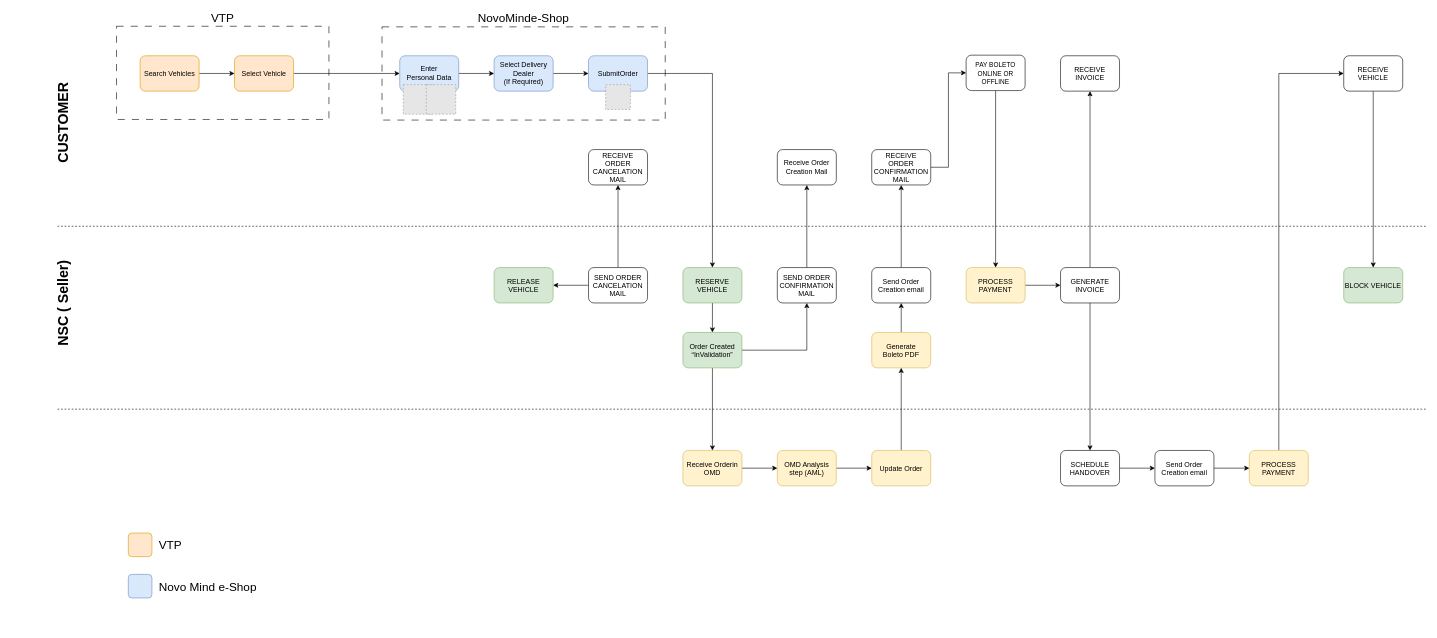
leo-odilon/draw.io keeps this draw.io diagram as eShopLite.drawio. Above is the earlier version. Source tidied: cells renumbered, new cells numbered last; positions are measured from the earlier drawing's top-left corner, leaving out a move shared by most shapes. Both pictures are drawn from the tidied source at 59%, with x=0, y=0 at pixel (16, 26). Pictures stored in the file or linked from it are replaced by grey dashed boxes.
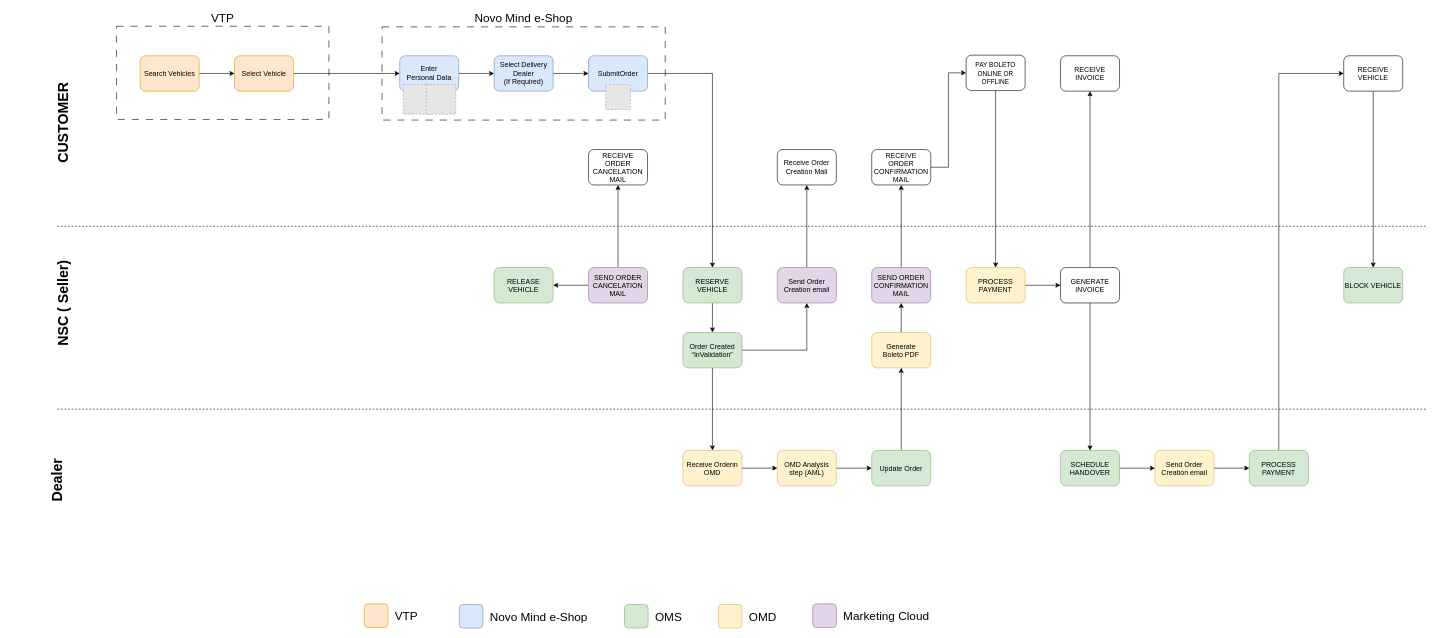
The same page after the edit.

Unchanged cells that the change refers to:
```xml
<mxCell id="21" value="Receive Order Creation Mail" style="rounded=1;align=center;whiteSpace=wrap;html=1;" parent="1" vertex="1">
  <mxGeometry x="1290" y="209" width="100" height="60" as="geometry" />
</mxCell>
<mxCell id="23" value="&lt;p style=&quot;margin: 0px; font-variant-numeric: normal; font-variant-east-asian: normal; font-variant-alternates: normal; font-kerning: auto; font-optical-sizing: auto; font-feature-settings: normal; font-variation-settings: normal; font-variant-position: normal; font-stretch: normal; line-height: normal;&quot; class=&quot;p1&quot;&gt;&lt;font style=&quot;font-size: 12px;&quot;&gt;RECEIVE ORDER CONFIRMATION MAIL&lt;/font&gt;&lt;/p&gt;" style="rounded=1;align=center;whiteSpace=wrap;html=1;" parent="1" vertex="1">
  <mxGeometry x="1450" y="209" width="100" height="60" as="geometry" />
</mxCell>
<mxCell id="42" value="&lt;p style=&quot;margin: 0px; font-variant-numeric: normal; font-variant-east-asian: normal; font-variant-alternates: normal; font-kerning: auto; font-optical-sizing: auto; font-feature-settings: normal; font-variation-settings: normal; font-variant-position: normal; font-stretch: normal; line-height: normal;&quot; class=&quot;p1&quot;&gt;&lt;font style=&quot;font-size: 12px;&quot;&gt;Order Created “InValidation”&lt;/font&gt;&lt;/p&gt;" style="rounded=1;whiteSpace=wrap;html=1;align=center;fillColor=#d5e8d4;strokeColor=#82b366;" parent="1" vertex="1">
  <mxGeometry x="1130" y="519" width="100" height="60" as="geometry" />
</mxCell>
<mxCell id="44" value="&lt;p style=&quot;margin: 0px; font-variant-numeric: normal; font-variant-east-asian: normal; font-variant-alternates: normal; font-kerning: auto; font-optical-sizing: auto; font-feature-settings: normal; font-variation-settings: normal; font-variant-position: normal; font-stretch: normal; line-height: normal;&quot; class=&quot;p1&quot;&gt;&lt;font style=&quot;font-size: 12px;&quot;&gt;Generate&lt;br&gt;Boleto PDF&lt;/font&gt;&lt;/p&gt;" style="rounded=1;whiteSpace=wrap;html=1;align=center;fillColor=#fff2cc;strokeColor=#d6b656;" parent="1" vertex="1">
  <mxGeometry x="1450" y="519" width="100" height="60" as="geometry" />
</mxCell>
```

Change to the diagram source:
```diff
@@
-    <mxCell id="2" value="&lt;p style=&quot;margin: 0px; font-variant-numeric: normal; font-variant-east-asian: normal; font-variant-alternates: normal; font-kerning: auto; font-optical-sizing: auto; font-feature-settings: normal; font-variation-settings: normal; font-variant-position: normal; font-stretch: normal; line-height: normal; text-align: start;&quot; class=&quot;p1&quot;&gt;&lt;font style=&quot;font-size: 20px;&quot;&gt;NovoMinde-Shop&lt;/font&gt;&lt;/p&gt;" style="rounded=0;whiteSpace=wrap;html=1;fontColor=default;fillColor=none;labelPosition=center;verticalLabelPosition=top;align=center;verticalAlign=bottom;dashed=1;dashPattern=12 12;" parent="1" vertex="1">
+    <mxCell id="2" value="&lt;p style=&quot;margin: 0px; font-variant-numeric: normal; font-variant-east-asian: normal; font-variant-alternates: normal; font-kerning: auto; font-optical-sizing: auto; font-feature-settings: normal; font-variation-settings: normal; font-variant-position: normal; font-stretch: normal; line-height: normal; text-align: start;&quot; class=&quot;p1&quot;&gt;&lt;font style=&quot;font-size: 20px;&quot;&gt;Novo Mind e-Shop&lt;/font&gt;&lt;/p&gt;" style="rounded=0;whiteSpace=wrap;html=1;fontColor=default;fillColor=none;labelPosition=center;verticalLabelPosition=top;align=center;verticalAlign=bottom;dashed=1;dashPattern=12 12;" parent="1" vertex="1">
       <mxGeometry x="620" y="1" width="480" height="158" as="geometry" />
     </mxCell>
@@
-    <mxCell id="28" value="&lt;p style=&quot;margin: 0px; font-variant-numeric: normal; font-variant-east-asian: normal; font-variant-alternates: normal; font-kerning: auto; font-optical-sizing: auto; font-feature-settings: normal; font-variation-settings: normal; font-variant-position: normal; font-stretch: normal; line-height: normal;&quot; class=&quot;p1&quot;&gt;&lt;font style=&quot;font-size: 12px;&quot;&gt;SEND ORDER CANCELATION MAIL&lt;/font&gt;&lt;/p&gt;" style="rounded=1;whiteSpace=wrap;html=1;align=center;" parent="1" vertex="1">
+    <mxCell id="28" value="&lt;p style=&quot;margin: 0px; font-variant-numeric: normal; font-variant-east-asian: normal; font-variant-alternates: normal; font-kerning: auto; font-optical-sizing: auto; font-feature-settings: normal; font-variation-settings: normal; font-variant-position: normal; font-stretch: normal; line-height: normal;&quot; class=&quot;p1&quot;&gt;&lt;font style=&quot;font-size: 12px;&quot;&gt;SEND ORDER CANCELATION MAIL&lt;/font&gt;&lt;/p&gt;" style="rounded=1;whiteSpace=wrap;html=1;align=center;fillColor=#e1d5e7;strokeColor=#9673a6;" parent="1" vertex="1">
       <mxGeometry x="970" y="409" width="100" height="60" as="geometry" />
     </mxCell>
@@
-    <mxCell id="31" style="edgeStyle=orthogonalEdgeStyle;rounded=0;jettySize=auto;html=1;" parent="1" edge="1" source="32" target="23">
-      <mxGeometry relative="1" as="geometry" />
-    </mxCell>
+    <mxCell id="67" style="edgeStyle=orthogonalEdgeStyle;rounded=0;jettySize=auto;html=1;entryX=0.5;entryY=1;entryDx=0;entryDy=0;" parent="1" edge="1" source="32" target="21">
+      <mxGeometry relative="1" as="geometry" />
+    </mxCell>
-    <mxCell id="32" value="&lt;p style=&quot;margin: 0px; font-variant-numeric: normal; font-variant-east-asian: normal; font-variant-alternates: normal; font-kerning: auto; font-optical-sizing: auto; font-feature-settings: normal; font-variation-settings: normal; font-variant-position: normal; font-stretch: normal; line-height: normal;&quot; class=&quot;p1&quot;&gt;&lt;font style=&quot;font-size: 12px;&quot;&gt;Send Order Creation email&lt;/font&gt;&lt;/p&gt;" style="rounded=1;whiteSpace=wrap;html=1;align=center;" parent="1" vertex="1">
-      <mxGeometry x="1450" y="409" width="100" height="60" as="geometry" />
+    <mxCell id="32" value="&lt;p style=&quot;margin: 0px; font-variant-numeric: normal; font-variant-east-asian: normal; font-variant-alternates: normal; font-kerning: auto; font-optical-sizing: auto; font-feature-settings: normal; font-variation-settings: normal; font-variant-position: normal; font-stretch: normal; line-height: normal;&quot; class=&quot;p1&quot;&gt;&lt;font style=&quot;font-size: 12px;&quot;&gt;Send Order Creation email&lt;/font&gt;&lt;/p&gt;" style="rounded=1;whiteSpace=wrap;html=1;align=center;fillColor=#e1d5e7;strokeColor=#9673a6;" parent="1" vertex="1">
+      <mxGeometry x="1290" y="409" width="100" height="60" as="geometry" />
     </mxCell>
-    <mxCell id="33" style="edgeStyle=orthogonalEdgeStyle;rounded=0;jettySize=auto;html=1;entryX=0.5;entryY=1;entryDx=0;entryDy=0;" parent="1" edge="1" source="34" target="21">
-      <mxGeometry relative="1" as="geometry" />
-    </mxCell>
+    <mxCell id="68" style="edgeStyle=orthogonalEdgeStyle;rounded=0;jettySize=auto;html=1;entryX=0.5;entryY=1;entryDx=0;entryDy=0;" parent="1" edge="1" source="34" target="23">
+      <mxGeometry relative="1" as="geometry" />
+    </mxCell>
-    <mxCell id="34" value="&lt;p style=&quot;margin: 0px; font-variant-numeric: normal; font-variant-east-asian: normal; font-variant-alternates: normal; font-kerning: auto; font-optical-sizing: auto; font-feature-settings: normal; font-variation-settings: normal; font-variant-position: normal; font-stretch: normal; line-height: normal;&quot; class=&quot;p1&quot;&gt;&lt;font style=&quot;font-size: 12px;&quot;&gt;SEND ORDER CONFIRMATION MAIL&lt;/font&gt;&lt;/p&gt;" style="rounded=1;whiteSpace=wrap;html=1;align=center;" parent="1" vertex="1">
-      <mxGeometry x="1290" y="409" width="100" height="60" as="geometry" />
+    <mxCell id="34" value="&lt;p style=&quot;margin: 0px; font-variant-numeric: normal; font-variant-east-asian: normal; font-variant-alternates: normal; font-kerning: auto; font-optical-sizing: auto; font-feature-settings: normal; font-variation-settings: normal; font-variant-position: normal; font-stretch: normal; line-height: normal;&quot; class=&quot;p1&quot;&gt;&lt;font style=&quot;font-size: 12px;&quot;&gt;SEND ORDER CONFIRMATION MAIL&lt;/font&gt;&lt;/p&gt;" style="rounded=1;whiteSpace=wrap;html=1;align=center;fillColor=#e1d5e7;strokeColor=#9673a6;" parent="1" vertex="1">
+      <mxGeometry x="1450" y="409" width="100" height="60" as="geometry" />
     </mxCell>
@@
-    <mxCell id="40" style="edgeStyle=orthogonalEdgeStyle;rounded=0;jettySize=auto;html=1;entryX=0.5;entryY=1;entryDx=0;entryDy=0;" parent="1" edge="1" source="42" target="34">
-      <mxGeometry relative="1" as="geometry" />
-    </mxCell>
@@
+    <mxCell id="69" style="edgeStyle=orthogonalEdgeStyle;rounded=0;jettySize=auto;html=1;entryX=0.5;entryY=1;entryDx=0;entryDy=0;" parent="1" edge="1" source="42" target="32">
+      <mxGeometry relative="1" as="geometry" />
+    </mxCell>
@@
-    <mxCell id="43" style="edgeStyle=orthogonalEdgeStyle;rounded=0;jettySize=auto;html=1;entryX=0.5;entryY=1;entryDx=0;entryDy=0;" parent="1" edge="1" source="44" target="32">
-      <mxGeometry relative="1" as="geometry" />
-    </mxCell>
+    <mxCell id="70" style="edgeStyle=orthogonalEdgeStyle;rounded=0;jettySize=auto;html=1;entryX=0.5;entryY=1;entryDx=0;entryDy=0;" parent="1" edge="1" source="44" target="34">
+      <mxGeometry relative="1" as="geometry" />
+    </mxCell>
@@
-    <mxCell id="53" value="&lt;p style=&quot;margin: 0px; font-variant-numeric: normal; font-variant-east-asian: normal; font-variant-alternates: normal; font-kerning: auto; font-optical-sizing: auto; font-feature-settings: normal; font-variation-settings: normal; font-variant-position: normal; font-stretch: normal; line-height: normal;&quot; class=&quot;p1&quot;&gt;&lt;font style=&quot;font-size: 12px;&quot;&gt;Update Order&lt;/font&gt;&lt;/p&gt;" style="rounded=1;whiteSpace=wrap;html=1;align=center;fillColor=#fff2cc;strokeColor=#d6b656;" parent="1" vertex="1">
+    <mxCell id="53" value="&lt;p style=&quot;margin: 0px; font-variant-numeric: normal; font-variant-east-asian: normal; font-variant-alternates: normal; font-kerning: auto; font-optical-sizing: auto; font-feature-settings: normal; font-variation-settings: normal; font-variant-position: normal; font-stretch: normal; line-height: normal;&quot; class=&quot;p1&quot;&gt;&lt;font style=&quot;font-size: 12px;&quot;&gt;Update Order&lt;/font&gt;&lt;/p&gt;" style="rounded=1;whiteSpace=wrap;html=1;align=center;fillColor=#d5e8d4;strokeColor=#82b366;" parent="1" vertex="1">
       <mxGeometry x="1450" y="719" width="100" height="60" as="geometry" />
     </mxCell>
@@
-    <mxCell id="55" value="&lt;p style=&quot;margin: 0px; font-variant-numeric: normal; font-variant-east-asian: normal; font-variant-alternates: normal; font-kerning: auto; font-optical-sizing: auto; font-feature-settings: normal; font-variation-settings: normal; font-variant-position: normal; font-stretch: normal; line-height: normal;&quot; class=&quot;p1&quot;&gt;&lt;font style=&quot;font-size: 12px;&quot;&gt;Send Order Creation email&lt;/font&gt;&lt;/p&gt;" style="rounded=1;whiteSpace=wrap;html=1;align=center;" parent="1" vertex="1">
+    <mxCell id="55" value="&lt;p style=&quot;margin: 0px; font-variant-numeric: normal; font-variant-east-asian: normal; font-variant-alternates: normal; font-kerning: auto; font-optical-sizing: auto; font-feature-settings: normal; font-variation-settings: normal; font-variant-position: normal; font-stretch: normal; line-height: normal;&quot; class=&quot;p1&quot;&gt;&lt;font style=&quot;font-size: 12px;&quot;&gt;Send Order Creation email&lt;/font&gt;&lt;/p&gt;" style="rounded=1;whiteSpace=wrap;html=1;align=center;fillColor=#fff2cc;strokeColor=#d6b656;" parent="1" vertex="1">
       <mxGeometry x="1930" y="719" width="100" height="60" as="geometry" />
     </mxCell>
@@
-    <mxCell id="57" value="&lt;p style=&quot;margin: 0px; font-variant-numeric: normal; font-variant-east-asian: normal; font-variant-alternates: normal; font-kerning: auto; font-optical-sizing: auto; font-feature-settings: normal; font-variation-settings: normal; font-variant-position: normal; font-stretch: normal; line-height: normal;&quot; class=&quot;p1&quot;&gt;&lt;font style=&quot;font-size: 12px;&quot;&gt;SCHEDULE HANDOVER&lt;/font&gt;&lt;/p&gt;" style="rounded=1;whiteSpace=wrap;html=1;align=center;" parent="1" vertex="1">
+    <mxCell id="57" value="&lt;p style=&quot;margin: 0px; font-variant-numeric: normal; font-variant-east-asian: normal; font-variant-alternates: normal; font-kerning: auto; font-optical-sizing: auto; font-feature-settings: normal; font-variation-settings: normal; font-variant-position: normal; font-stretch: normal; line-height: normal;&quot; class=&quot;p1&quot;&gt;&lt;font style=&quot;font-size: 12px;&quot;&gt;SCHEDULE HANDOVER&lt;/font&gt;&lt;/p&gt;" style="rounded=1;whiteSpace=wrap;html=1;align=center;fillColor=#d5e8d4;strokeColor=#82b366;" parent="1" vertex="1">
       <mxGeometry x="1770" y="719" width="100" height="60" as="geometry" />
     </mxCell>
@@
-    <mxCell id="59" value="&lt;p style=&quot;margin: 0px; font-variant-numeric: normal; font-variant-east-asian: normal; font-variant-alternates: normal; font-kerning: auto; font-optical-sizing: auto; font-feature-settings: normal; font-variation-settings: normal; font-variant-position: normal; font-stretch: normal; line-height: normal;&quot; class=&quot;p1&quot;&gt;&lt;font style=&quot;font-size: 12px;&quot;&gt;PROCESS PAYMENT&lt;/font&gt;&lt;/p&gt;" style="rounded=1;whiteSpace=wrap;html=1;align=center;fillColor=#fff2cc;strokeColor=#d6b656;" parent="1" vertex="1">
+    <mxCell id="59" value="&lt;p style=&quot;margin: 0px; font-variant-numeric: normal; font-variant-east-asian: normal; font-variant-alternates: normal; font-kerning: auto; font-optical-sizing: auto; font-feature-settings: normal; font-variation-settings: normal; font-variant-position: normal; font-stretch: normal; line-height: normal;&quot; class=&quot;p1&quot;&gt;&lt;font style=&quot;font-size: 12px;&quot;&gt;PROCESS PAYMENT&lt;/font&gt;&lt;/p&gt;" style="rounded=1;whiteSpace=wrap;html=1;align=center;fillColor=#d5e8d4;strokeColor=#82b366;" parent="1" vertex="1">
       <mxGeometry x="2090" y="719" width="100" height="60" as="geometry" />
     </mxCell>
@@
     <mxCell id="63" value="&lt;p style=&quot;margin: 0px; font-variant-numeric: normal; font-variant-east-asian: normal; font-variant-alternates: normal; font-kerning: auto; font-optical-sizing: auto; font-feature-settings: normal; font-variation-settings: normal; font-variant-position: normal; font-stretch: normal; font-size: 12px; line-height: normal; text-align: start;&quot; class=&quot;p1&quot;&gt;&lt;br&gt;&lt;/p&gt;" style="rounded=1;whiteSpace=wrap;html=1;fontSize=12;fillColor=#ffe6cc;strokeColor=#d79b00;" parent="1" vertex="1">
-      <mxGeometry x="190" y="859" width="40" height="40" as="geometry" />
+      <mxGeometry x="590" y="979" width="40" height="40" as="geometry" />
     </mxCell>
     <mxCell id="64" value="VTP" style="text;html=1;align=left;verticalAlign=middle;strokeColor=none;fillColor=none;fontSize=20;" parent="1" vertex="1">
-      <mxGeometry x="240" y="859" width="60" height="40" as="geometry" />
+      <mxGeometry x="640" y="979" width="60" height="40" as="geometry" />
     </mxCell>
     <mxCell id="65" value="&lt;p style=&quot;margin: 0px; font-variant-numeric: normal; font-variant-east-asian: normal; font-variant-alternates: normal; font-kerning: auto; font-optical-sizing: auto; font-feature-settings: normal; font-variation-settings: normal; font-variant-position: normal; font-stretch: normal; font-size: 12px; line-height: normal; text-align: start;&quot; class=&quot;p1&quot;&gt;&lt;br&gt;&lt;/p&gt;" style="rounded=1;whiteSpace=wrap;html=1;fontSize=12;fillColor=#dae8fc;strokeColor=#6c8ebf;" parent="1" vertex="1">
-      <mxGeometry x="190" y="929" width="40" height="40" as="geometry" />
+      <mxGeometry x="751" y="980" width="40" height="40" as="geometry" />
     </mxCell>
     <mxCell id="66" value="Novo Mind e-Shop" style="text;align=left;verticalAlign=middle;strokeColor=none;fillColor=none;fontSize=20;html=1;" parent="1" vertex="1">
-      <mxGeometry x="240" y="929" width="190" height="40" as="geometry" />
+      <mxGeometry x="801" y="980" width="190" height="40" as="geometry" />
     </mxCell>
+    <mxCell id="71" value="&lt;p style=&quot;margin: 0px; font-variant-numeric: normal; font-variant-east-asian: normal; font-variant-alternates: normal; font-kerning: auto; font-optical-sizing: auto; font-feature-settings: normal; font-variation-settings: normal; font-variant-position: normal; font-stretch: normal; font-size: 12px; line-height: normal; text-align: start;&quot; class=&quot;p1&quot;&gt;&lt;br&gt;&lt;/p&gt;" style="rounded=1;whiteSpace=wrap;html=1;fontSize=12;fillColor=#d5e8d4;strokeColor=#82b366;" parent="1" vertex="1">
+      <mxGeometry x="1031" y="980" width="40" height="40" as="geometry" />
+    </mxCell>
+    <mxCell id="72" value="OMS" style="text;align=left;verticalAlign=middle;strokeColor=none;fillColor=none;fontSize=20;html=1;" parent="1" vertex="1">
+      <mxGeometry x="1081" y="980" width="70" height="40" as="geometry" />
+    </mxCell>
+    <mxCell id="73" value="&lt;p style=&quot;margin: 0px; font-variant-numeric: normal; font-variant-east-asian: normal; font-variant-alternates: normal; font-kerning: auto; font-optical-sizing: auto; font-feature-settings: normal; font-variation-settings: normal; font-variant-position: normal; font-stretch: normal; font-size: 12px; line-height: normal; text-align: start;&quot; class=&quot;p1&quot;&gt;&lt;br&gt;&lt;/p&gt;" style="rounded=1;whiteSpace=wrap;html=1;fontSize=12;fillColor=#fff2cc;strokeColor=#d6b656;" parent="1" vertex="1">
+      <mxGeometry x="1190" y="980" width="40" height="40" as="geometry" />
+    </mxCell>
+    <mxCell id="74" value="OMD" style="text;align=left;verticalAlign=middle;strokeColor=none;fillColor=none;fontSize=20;html=1;" parent="1" vertex="1">
+      <mxGeometry x="1240" y="980" width="70" height="40" as="geometry" />
+    </mxCell>
+    <mxCell id="75" value="&lt;p style=&quot;margin: 0px; font-variant-numeric: normal; font-variant-east-asian: normal; font-variant-alternates: normal; font-kerning: auto; font-optical-sizing: auto; font-feature-settings: normal; font-variation-settings: normal; font-variant-position: normal; font-stretch: normal; font-size: 12px; line-height: normal; text-align: start;&quot; class=&quot;p1&quot;&gt;&lt;br&gt;&lt;/p&gt;" style="rounded=1;whiteSpace=wrap;html=1;fontSize=12;fillColor=#e1d5e7;strokeColor=#9673a6;" parent="1" vertex="1">
+      <mxGeometry x="1350" y="979" width="40" height="40" as="geometry" />
+    </mxCell>
+    <mxCell id="76" value="Marketing Cloud" style="text;align=left;verticalAlign=middle;strokeColor=none;fillColor=none;fontSize=20;html=1;" parent="1" vertex="1">
+      <mxGeometry x="1400" y="979" width="170" height="40" as="geometry" />
+    </mxCell>
+    <mxCell id="77" value="&lt;p style=&quot;margin: 0px; font-variant-numeric: normal; font-variant-east-asian: normal; font-variant-alternates: normal; font-kerning: auto; font-optical-sizing: auto; font-feature-settings: normal; font-variation-settings: normal; font-variant-position: normal; font-stretch: normal; line-height: normal; text-align: start;&quot; class=&quot;p1&quot;&gt;&lt;span style=&quot;font-size: 24px;&quot;&gt;&lt;b&gt;Dealer&lt;/b&gt;&lt;/span&gt;&lt;/p&gt;" style="text;html=1;align=center;verticalAlign=middle;whiteSpace=wrap;rounded=0;textDirection=vertical-lr;rotation=-180;" parent="1" vertex="1">
+      <mxGeometry x="-10" y="679" width="160" height="180" as="geometry" />
+    </mxCell>
```
